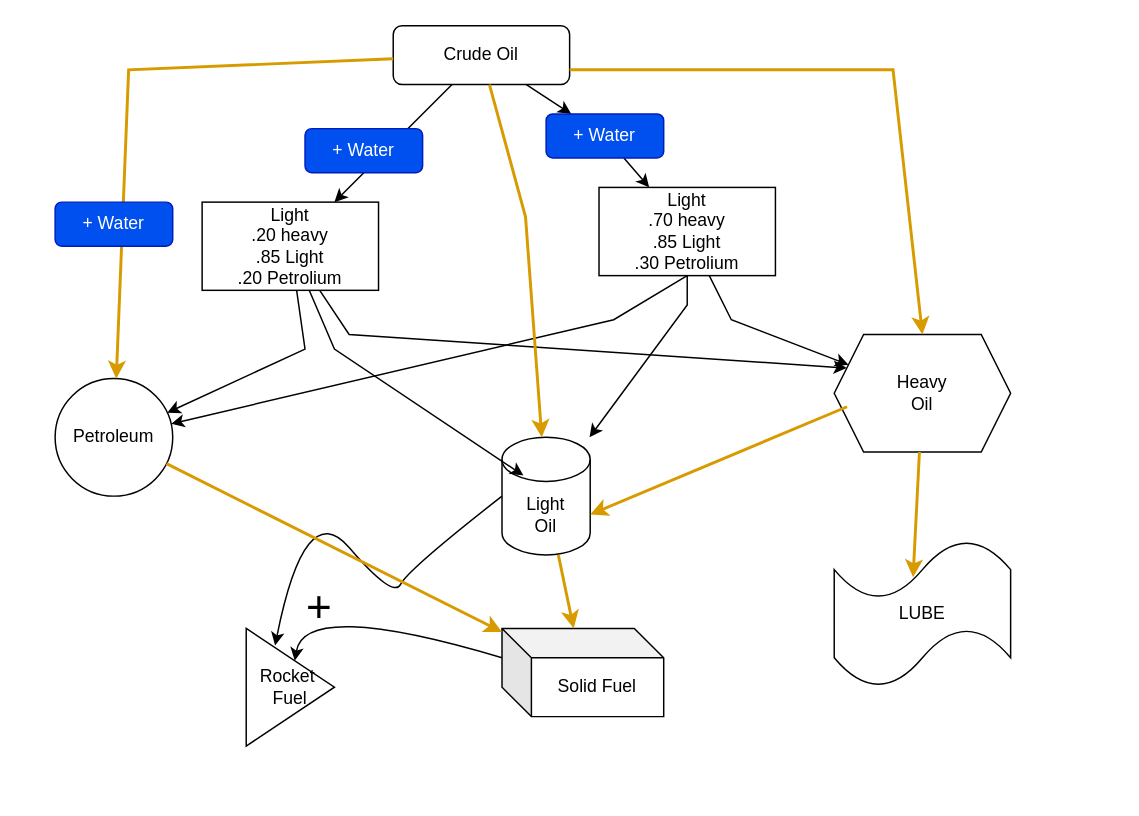
TheColetrain/draw.io keeps this draw.io diagram as Untitled Diagram.drawio. Above is the earlier version. Source tidied: cells renumbered, new cells numbered last; positions are measured from the earlier drawing's top-left corner, leaving out a move shared by most shapes. Both pictures are drawn from the tidied source at 147%, with x=0, y=0 at pixel (54, 25).
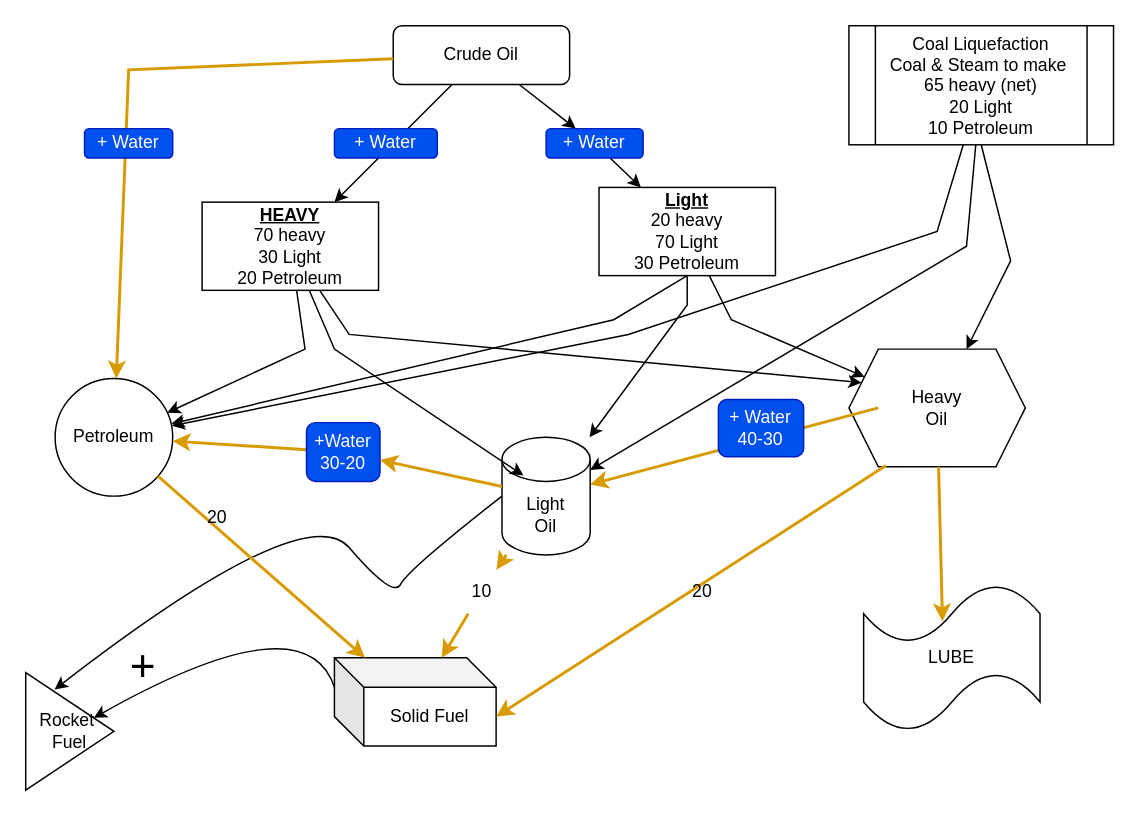
The same diagram, later.

Unchanged cells that the change refers to:
```xml
<mxCell id="3" value="Petroleum" style="ellipse;whiteSpace=wrap;html=1;" parent="1" vertex="1">
  <mxGeometry y="240" width="80" height="80" as="geometry" />
</mxCell>
<mxCell id="4" value="Light&lt;div&gt;Oil&lt;/div&gt;" style="shape=cylinder3;whiteSpace=wrap;html=1;boundedLbl=1;backgroundOutline=1;size=15;" parent="1" vertex="1">
  <mxGeometry x="304" y="280" width="60" height="80" as="geometry" />
</mxCell>
```

Diff of the diagram source:
```diff
@@
-    <mxCell id="2" value="Crude Oil" style="rounded=1;whiteSpace=wrap;html=1;fontSize=12;glass=0;strokeWidth=1;shadow=0;" parent="1" vertex="1">
+    <mxCell id="2" value="&lt;div&gt;Crude Oil&lt;/div&gt;" style="rounded=1;whiteSpace=wrap;html=1;fontSize=12;glass=0;strokeWidth=1;shadow=0;" parent="1" vertex="1">
       <mxGeometry x="230" width="120" height="40" as="geometry" />
     </mxCell>
@@
     <mxCell id="5" value="Heavy&lt;div&gt;Oil&lt;/div&gt;" style="shape=hexagon;perimeter=hexagonPerimeter2;whiteSpace=wrap;html=1;fixedSize=1;" parent="1" vertex="1">
-      <mxGeometry x="530" y="210" width="120" height="80" as="geometry" />
+      <mxGeometry x="540" y="220" width="120" height="80" as="geometry" />
     </mxCell>
-    <mxCell id="6" style="endArrow=none;startArrow=classic;html=1;rounded=0;exitX=0.5;exitY=0;exitDx=0;exitDy=0;entryX=1;entryY=0.75;entryDx=0;entryDy=0;strokeWidth=2;fillColor=#ffe6cc;strokeColor=#d79b00;endFill=0;" parent="1" edge="1" source="5" target="2">
-      <mxGeometry relative="1" as="geometry">
-        <Array as="points">
-          <mxPoint x="570" y="30" />
-        </Array>
-      </mxGeometry>
-    </mxCell>
-    <mxCell id="7" style="endArrow=classic;html=1;rounded=0;entryX=1;entryY=0;entryDx=0;entryDy=52.5;entryPerimeter=0;exitX=0.073;exitY=0.615;exitDx=0;exitDy=0;exitPerimeter=0;strokeWidth=2;fillColor=#ffe6cc;strokeColor=#d79b00;" parent="1" edge="1" source="5" target="4">
-      <mxGeometry relative="1" as="geometry" />
+    <mxCell id="7" style="endArrow=classic;html=1;rounded=0;strokeWidth=2;fillColor=#ffe6cc;strokeColor=#d79b00;" parent="1" edge="1" target="4">
+      <mxGeometry relative="1" as="geometry">
+        <mxPoint x="560" y="260" as="sourcePoint" />
+      </mxGeometry>
     </mxCell>
     <mxCell id="8" value="Solid Fuel" style="shape=cube;whiteSpace=wrap;html=1;boundedLbl=1;backgroundOutline=1;darkOpacity=0.05;darkOpacity2=0.1;" parent="1" vertex="1">
-      <mxGeometry x="304" y="410" width="110" height="60" as="geometry" />
+      <mxGeometry x="190" y="430" width="110" height="60" as="geometry" />
     </mxCell>
-    <mxCell id="9" style="endArrow=classic;html=1;rounded=0;fillColor=#ffe6cc;strokeColor=#d79b00;strokeWidth=2;" parent="1" edge="1" source="4" target="8">
+    <mxCell id="9" style="endArrow=classic;html=1;rounded=0;fillColor=#ffe6cc;strokeColor=#d79b00;strokeWidth=2;" parent="1" edge="1" source="39" target="8">
       <mxGeometry relative="1" as="geometry" />
     </mxCell>
     <mxCell id="10" value="LUBE" style="shape=tape;whiteSpace=wrap;html=1;" parent="1" vertex="1">
-      <mxGeometry x="530" y="350" width="120" height="100" as="geometry" />
+      <mxGeometry x="550" y="380" width="120" height="100" as="geometry" />
     </mxCell>
@@
     <mxCell id="12" value="Rocket&amp;nbsp;&lt;div&gt;Fuel&lt;/div&gt;" style="triangle;whiteSpace=wrap;html=1;" parent="1" vertex="1">
-      <mxGeometry x="130" y="410" width="60" height="80" as="geometry" />
+      <mxGeometry x="-20" y="440" width="60" height="80" as="geometry" />
     </mxCell>
@@
-    <mxCell id="16" value="Light&lt;div&gt;.20 heavy&lt;/div&gt;&lt;div&gt;.85 Light&lt;/div&gt;&lt;div&gt;.20 Petrolium&lt;/div&gt;" style="rounded=0;whiteSpace=wrap;html=1;" parent="1" vertex="1">
+    <mxCell id="16" value="&lt;u&gt;&lt;b&gt;HEAVY&lt;/b&gt;&lt;/u&gt;&lt;br&gt;&lt;div&gt;70 heavy&lt;/div&gt;&lt;div&gt;&lt;span style=&quot;background-color: initial;&quot;&gt;30 Light&lt;/span&gt;&lt;/div&gt;&lt;div&gt;&lt;span style=&quot;background-color: initial;&quot;&gt;20 Petroleum&lt;/span&gt;&lt;/div&gt;" style="rounded=0;whiteSpace=wrap;html=1;" parent="1" vertex="1">
       <mxGeometry x="100" y="120" width="120" height="60" as="geometry" />
     </mxCell>
@@
-    <mxCell id="19" value="Light&lt;div&gt;.70 heavy&lt;/div&gt;&lt;div&gt;.85 Light&lt;/div&gt;&lt;div&gt;.3&lt;span style=&quot;background-color: initial;&quot;&gt;0 Petrolium&lt;/span&gt;&lt;/div&gt;" style="rounded=0;whiteSpace=wrap;html=1;" parent="1" vertex="1">
+    <mxCell id="19" value="&lt;b&gt;&lt;u&gt;Light&lt;/u&gt;&lt;/b&gt;&lt;div&gt;20 heavy&lt;/div&gt;&lt;div&gt;70 Light&lt;/div&gt;&lt;div&gt;&lt;span style=&quot;background-color: initial;&quot;&gt;30 Petroleum&lt;/span&gt;&lt;/div&gt;" style="rounded=0;whiteSpace=wrap;html=1;" parent="1" vertex="1">
       <mxGeometry x="370" y="110" width="120" height="60" as="geometry" />
     </mxCell>
@@
-    <mxCell id="26" style="endArrow=none;startArrow=classic;html=1;rounded=0;strokeWidth=2;fillColor=#ffe6cc;strokeColor=#d79b00;endFill=0;" parent="1" edge="1" source="4" target="2">
-      <mxGeometry relative="1" as="geometry">
-        <Array as="points">
-          <mxPoint x="320" y="130" />
-        </Array>
-      </mxGeometry>
-    </mxCell>
     <mxCell id="27" value="+" style="text;strokeColor=none;align=center;fillColor=none;html=1;verticalAlign=middle;whiteSpace=wrap;rounded=0;fontSize=30;" parent="1" vertex="1">
-      <mxGeometry x="150" y="380" width="60" height="30" as="geometry" />
+      <mxGeometry x="30" y="420" width="60" height="30" as="geometry" />
     </mxCell>
@@
     <mxCell id="29" value="+ Water" style="rounded=1;whiteSpace=wrap;html=1;fillColor=#0050ef;fontColor=#ffffff;strokeColor=#001DBC;" parent="1" vertex="1">
-      <mxGeometry x="170" y="70" width="80" height="30" as="geometry" />
+      <mxGeometry x="190" y="70" width="70" height="20" as="geometry" />
     </mxCell>
@@
     <mxCell id="31" value="+ Water" style="rounded=1;whiteSpace=wrap;html=1;fillColor=#0050ef;fontColor=#ffffff;strokeColor=#001DBC;" parent="1" vertex="1">
-      <mxGeometry x="334" y="60" width="80" height="30" as="geometry" />
+      <mxGeometry x="334" y="70" width="66" height="20" as="geometry" />
     </mxCell>
     <mxCell id="32" value="+ Water" style="rounded=1;whiteSpace=wrap;html=1;fillColor=#0050ef;fontColor=#ffffff;strokeColor=#001DBC;" parent="1" vertex="1">
-      <mxGeometry y="120" width="80" height="30" as="geometry" />
+      <mxGeometry x="20" y="70" width="60" height="20" as="geometry" />
     </mxCell>
+    <mxCell id="33" style="endArrow=classic;html=1;rounded=0;fillColor=#ffe6cc;strokeColor=#d79b00;strokeWidth=2;" parent="1" edge="1" source="35" target="3">
+      <mxGeometry relative="1" as="geometry" />
+    </mxCell>
+    <mxCell id="34" style="endArrow=classic;html=1;rounded=0;fillColor=#ffe6cc;strokeColor=#d79b00;strokeWidth=2;" parent="1" edge="1" source="4" target="35">
+      <mxGeometry relative="1" as="geometry" />
+    </mxCell>
+    <mxCell id="35" value="+Water&lt;br&gt;&lt;div&gt;30-20&lt;/div&gt;" style="rounded=1;whiteSpace=wrap;html=1;fillColor=#0050ef;fontColor=#ffffff;strokeColor=#001DBC;" parent="1" vertex="1">
+      <mxGeometry x="171" y="270" width="50" height="40" as="geometry" />
+    </mxCell>
+    <mxCell id="36" value="+ Water&lt;div&gt;40-30&lt;/div&gt;" style="rounded=1;whiteSpace=wrap;html=1;fillColor=#0050ef;fontColor=#ffffff;strokeColor=#001DBC;" parent="1" vertex="1">
+      <mxGeometry x="451.2" y="254.2" width="58" height="39" as="geometry" />
+    </mxCell>
+    <mxCell id="37" style="endArrow=classic;html=1;rounded=0;strokeWidth=2;fillColor=#ffe6cc;strokeColor=#d79b00;exitX=0.21;exitY=0.99;exitDx=0;exitDy=0;exitPerimeter=0;entryX=0;entryY=0;entryDx=110;entryDy=40;entryPerimeter=0;" parent="1" edge="1" source="5" target="8">
+      <mxGeometry relative="1" as="geometry" />
+    </mxCell>
+    <mxCell id="38" style="endArrow=classic;html=1;rounded=0;fillColor=#ffe6cc;strokeColor=#d79b00;strokeWidth=2;" parent="1" edge="1" source="4" target="39">
+      <mxGeometry relative="1" as="geometry" />
+    </mxCell>
+    <mxCell id="39" value="10" style="text;html=1;align=center;verticalAlign=middle;points=[];strokeColor=none;fillColor=none;" parent="1" vertex="1">
+      <mxGeometry x="270" y="370" width="40" height="30" as="geometry" />
+    </mxCell>
+    <mxCell id="40" value="20" style="text;html=1;align=center;verticalAlign=middle;strokeColor=none;fillColor=none;" parent="1" vertex="1">
+      <mxGeometry x="90" y="320" width="40" height="30" as="geometry" />
+    </mxCell>
+    <mxCell id="41" value="20" style="text;html=1;align=center;verticalAlign=middle;strokeColor=none;fillColor=none;" parent="1" vertex="1">
+      <mxGeometry x="420" y="370" width="40" height="30" as="geometry" />
+    </mxCell>
+    <mxCell id="42" value="Coal Liquefaction&lt;div&gt;Coal &amp;amp; Steam to make&amp;nbsp;&lt;/div&gt;&lt;div&gt;65 heavy (net)&lt;/div&gt;&lt;div&gt;20 Light&lt;/div&gt;&lt;div&gt;10 Petroleum&lt;/div&gt;" style="shape=process;whiteSpace=wrap;html=1;backgroundOutline=1;" parent="1" vertex="1">
+      <mxGeometry x="540" width="180" height="81" as="geometry" />
+    </mxCell>
+    <mxCell id="43" style="endArrow=classic;html=1;rounded=0;" parent="1" edge="1" source="42" target="3">
+      <mxGeometry relative="1" as="geometry">
+        <Array as="points">
+          <mxPoint x="600" y="140" />
+          <mxPoint x="390" y="210" />
+        </Array>
+      </mxGeometry>
+    </mxCell>
+    <mxCell id="44" style="endArrow=classic;html=1;rounded=0;" parent="1" edge="1" source="42" target="4">
+      <mxGeometry relative="1" as="geometry">
+        <Array as="points">
+          <mxPoint x="620" y="150" />
+        </Array>
+      </mxGeometry>
+    </mxCell>
+    <mxCell id="45" style="endArrow=classic;html=1;rounded=0;exitX=0.5;exitY=1;exitDx=0;exitDy=0;" parent="1" edge="1" source="42" target="5">
+      <mxGeometry relative="1" as="geometry">
+        <Array as="points">
+          <mxPoint x="650" y="160" />
+        </Array>
+      </mxGeometry>
+    </mxCell>
```
